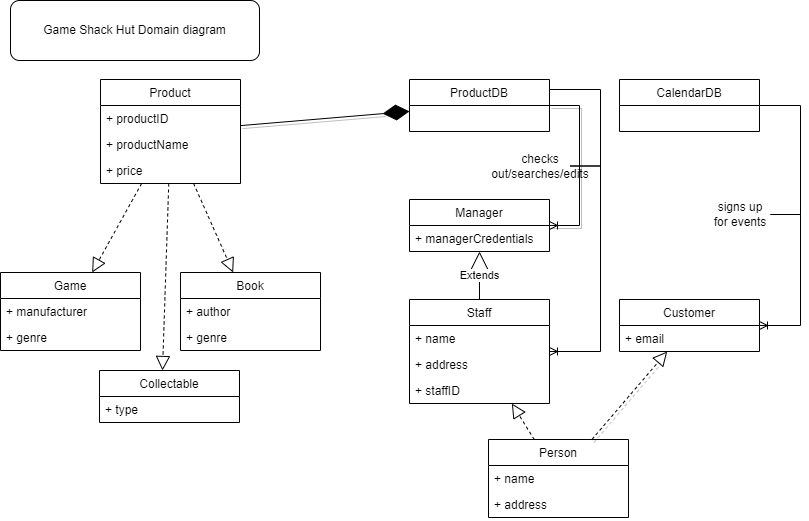
Above: docs/Game Shack Hut Domain.png in rnstphns/Game-Shack-Hut (draw.io), before the change. Source tidied: cells renumbered, new cells last; positions are measured from the earlier drawing's top-left corner, leaving out a move shared by most shapes. Its diagram source:
```xml
<mxGraphModel>
  <root>
    <mxCell id="0" />
    <mxCell id="1" parent="0" />
    <mxCell id="2" value="Manager" style="swimlane;fontStyle=0;horizontal=1;startSize=26;fillColor=none;" parent="1" vertex="1">
      <mxGeometry x="409" y="199" width="140" height="52" as="geometry" />
    </mxCell>
    <mxCell id="3" value="+ managerCredentials" style="text;strokeColor=none;fillColor=none;align=left;verticalAlign=top;spacingLeft=4;spacingRight=4;overflow=hidden;" parent="2" vertex="1">
      <mxGeometry y="26" width="140" height="26" as="geometry" />
    </mxCell>
    <mxCell id="4" style="endArrow=block;dashed=1;endFill=0;endSize=12;html=1;rounded=0;shadow=1;" parent="1" edge="1" source="21" target="9">
      <mxGeometry relative="1" as="geometry" />
    </mxCell>
    <mxCell id="5" style="endArrow=block;dashed=1;endFill=0;endSize=12;html=1;rounded=0;" parent="1" edge="1" source="21" target="11">
      <mxGeometry relative="1" as="geometry" />
    </mxCell>
    <mxCell id="6" value="Extends" style="endArrow=block;endSize=16;endFill=0;html=1;rounded=0;entryX=0.5;entryY=1;entryDx=0;entryDy=0;exitX=0.5;exitY=0;exitDx=0;exitDy=0;" parent="1" edge="1" source="11" target="2">
      <mxGeometry relative="1" as="geometry" />
    </mxCell>
    <mxCell id="7" value="ProductDB" style="swimlane;fontStyle=0;horizontal=1;startSize=26;fillColor=none;" parent="1" vertex="1">
      <mxGeometry x="409" y="79" width="140" height="52" as="geometry" />
    </mxCell>
    <mxCell id="8" value="CalendarDB" style="swimlane;fontStyle=0;horizontal=1;startSize=26;fillColor=none;" parent="1" vertex="1">
      <mxGeometry x="619" y="79" width="140" height="52" as="geometry" />
    </mxCell>
    <mxCell id="9" value="Customer" style="swimlane;fontStyle=0;horizontal=1;startSize=26;fillColor=none;" parent="1" vertex="1">
      <mxGeometry x="619" y="299" width="140" height="52" as="geometry" />
    </mxCell>
    <mxCell id="10" value="+ email" style="text;strokeColor=none;fillColor=none;align=left;verticalAlign=top;spacingLeft=4;spacingRight=4;overflow=hidden;" parent="9" vertex="1">
      <mxGeometry y="26" width="140" height="26" as="geometry" />
    </mxCell>
    <mxCell id="11" value="Staff" style="swimlane;fontStyle=0;horizontal=1;startSize=26;fillColor=none;" parent="1" vertex="1">
      <mxGeometry x="409" y="299" width="140" height="104" as="geometry" />
    </mxCell>
    <mxCell id="12" value="+ name" style="text;strokeColor=none;fillColor=none;align=left;verticalAlign=top;spacingLeft=4;spacingRight=4;overflow=hidden;" parent="11" vertex="1">
      <mxGeometry y="26" width="140" height="26" as="geometry" />
    </mxCell>
    <mxCell id="13" value="+ address" style="text;strokeColor=none;fillColor=none;align=left;verticalAlign=top;spacingLeft=4;spacingRight=4;overflow=hidden;" parent="11" vertex="1">
      <mxGeometry y="52" width="140" height="26" as="geometry" />
    </mxCell>
    <mxCell id="14" value="+ staffID" style="text;strokeColor=none;fillColor=none;align=left;verticalAlign=top;spacingLeft=4;spacingRight=4;overflow=hidden;" parent="11" vertex="1">
      <mxGeometry y="78" width="140" height="26" as="geometry" />
    </mxCell>
    <mxCell id="15" style="edgeStyle=entityRelationEdgeStyle;fontSize=12;html=1;endArrow=ERoneToMany;rounded=0;startArrow=none;" parent="1" edge="1" source="33" target="11">
      <mxGeometry relative="1" as="geometry" />
    </mxCell>
    <mxCell id="16" style="edgeStyle=entityRelationEdgeStyle;fontSize=12;html=1;endArrow=ERoneToMany;rounded=0;startArrow=none;" parent="1" edge="1" source="35" target="9">
      <mxGeometry relative="1" as="geometry" />
    </mxCell>
    <mxCell id="17" value="Product" style="swimlane;fontStyle=0;horizontal=1;startSize=26;fillColor=none;" parent="1" vertex="1">
      <mxGeometry x="100" y="79" width="140" height="104" as="geometry" />
    </mxCell>
    <mxCell id="18" value="+ productID" style="text;strokeColor=none;fillColor=none;align=left;verticalAlign=top;spacingLeft=4;spacingRight=4;overflow=hidden;" parent="17" vertex="1">
      <mxGeometry y="26" width="140" height="26" as="geometry" />
    </mxCell>
    <mxCell id="19" value="+ productName" style="text;strokeColor=none;fillColor=none;align=left;verticalAlign=top;spacingLeft=4;spacingRight=4;overflow=hidden;" parent="17" vertex="1">
      <mxGeometry y="52" width="140" height="26" as="geometry" />
    </mxCell>
    <mxCell id="20" value="+ price&#10;" style="text;strokeColor=none;fillColor=none;align=left;verticalAlign=top;spacingLeft=4;spacingRight=4;overflow=hidden;" parent="17" vertex="1">
      <mxGeometry y="78" width="140" height="26" as="geometry" />
    </mxCell>
    <mxCell id="21" value="Person" style="swimlane;fontStyle=0;horizontal=1;startSize=26;fillColor=none;" parent="1" vertex="1">
      <mxGeometry x="488" y="439" width="140" height="78" as="geometry" />
    </mxCell>
    <mxCell id="22" value="+ name" style="text;strokeColor=none;fillColor=none;align=left;verticalAlign=top;spacingLeft=4;spacingRight=4;overflow=hidden;" parent="21" vertex="1">
      <mxGeometry y="26" width="140" height="26" as="geometry" />
    </mxCell>
    <mxCell id="23" value="+ address" style="text;strokeColor=none;fillColor=none;align=left;verticalAlign=top;spacingLeft=4;spacingRight=4;overflow=hidden;" parent="21" vertex="1">
      <mxGeometry y="52" width="140" height="26" as="geometry" />
    </mxCell>
    <mxCell id="24" value="Game" style="swimlane;fontStyle=0;horizontal=1;startSize=26;fillColor=none;" parent="1" vertex="1">
      <mxGeometry y="272" width="140" height="78" as="geometry" />
    </mxCell>
    <mxCell id="25" value="+ manufacturer" style="text;strokeColor=none;fillColor=none;align=left;verticalAlign=top;spacingLeft=4;spacingRight=4;overflow=hidden;" parent="24" vertex="1">
      <mxGeometry y="26" width="140" height="26" as="geometry" />
    </mxCell>
    <mxCell id="26" value="+ genre" style="text;strokeColor=none;fillColor=none;align=left;verticalAlign=top;spacingLeft=4;spacingRight=4;overflow=hidden;" parent="24" vertex="1">
      <mxGeometry y="52" width="140" height="26" as="geometry" />
    </mxCell>
    <mxCell id="27" value="Book" style="swimlane;fontStyle=0;horizontal=1;startSize=26;fillColor=none;" parent="1" vertex="1">
      <mxGeometry x="180" y="272" width="140" height="78" as="geometry" />
    </mxCell>
    <mxCell id="28" value="+ author" style="text;strokeColor=none;fillColor=none;align=left;verticalAlign=top;spacingLeft=4;spacingRight=4;overflow=hidden;" parent="27" vertex="1">
      <mxGeometry y="26" width="140" height="26" as="geometry" />
    </mxCell>
    <mxCell id="29" value="+ genre" style="text;strokeColor=none;fillColor=none;align=left;verticalAlign=top;spacingLeft=4;spacingRight=4;overflow=hidden;" parent="27" vertex="1">
      <mxGeometry y="52" width="140" height="26" as="geometry" />
    </mxCell>
    <mxCell id="30" style="endArrow=block;dashed=1;endFill=0;endSize=12;html=1;rounded=0;" parent="1" edge="1" source="17" target="24">
      <mxGeometry relative="1" as="geometry" />
    </mxCell>
    <mxCell id="31" style="endArrow=block;dashed=1;endFill=0;endSize=12;html=1;rounded=0;" parent="1" edge="1" source="17" target="27">
      <mxGeometry relative="1" as="geometry" />
    </mxCell>
    <mxCell id="32" style="endArrow=diamondThin;endFill=1;endSize=24;html=1;rounded=0;shadow=1;" parent="1" edge="1" source="17" target="7">
      <mxGeometry relative="1" as="geometry" />
    </mxCell>
    <mxCell id="33" value="&lt;div&gt;checks out/searches/edits&lt;/div&gt;" style="text;html=1;strokeColor=none;fillColor=none;align=center;verticalAlign=middle;whiteSpace=wrap;rounded=0;" parent="1" vertex="1">
      <mxGeometry x="510" y="153" width="60" height="25" as="geometry" />
    </mxCell>
    <mxCell id="34" style="edgeStyle=entityRelationEdgeStyle;fontSize=12;html=1;endArrow=none;rounded=0;" parent="1" edge="1" target="33">
      <mxGeometry relative="1" as="geometry">
        <mxPoint x="549" y="89" as="sourcePoint" />
      </mxGeometry>
    </mxCell>
    <mxCell id="35" value="signs up for events" style="text;html=1;strokeColor=none;fillColor=none;align=center;verticalAlign=middle;whiteSpace=wrap;rounded=0;" parent="1" vertex="1">
      <mxGeometry x="710" y="199" width="60" height="30" as="geometry" />
    </mxCell>
    <mxCell id="36" style="edgeStyle=entityRelationEdgeStyle;fontSize=12;html=1;endArrow=none;rounded=0;" parent="1" edge="1" source="8" target="35">
      <mxGeometry relative="1" as="geometry" />
    </mxCell>
    <mxCell id="37" style="edgeStyle=entityRelationEdgeStyle;fontSize=12;html=1;endArrow=ERoneToMany;rounded=0;shadow=1;" parent="1" edge="1" source="7" target="2">
      <mxGeometry relative="1" as="geometry" />
    </mxCell>
    <mxCell id="38" value="Game Shack Hut Domain diagram" style="rounded=1;whiteSpace=wrap;html=1;" parent="1" vertex="1">
      <mxGeometry x="10" width="249" height="60" as="geometry" />
    </mxCell>
    <mxCell id="39" value="Collectable" style="swimlane;fontStyle=0;horizontal=1;startSize=26;fillColor=none;" parent="1" vertex="1">
      <mxGeometry x="99" y="370" width="140" height="52" as="geometry" />
    </mxCell>
    <mxCell id="40" value="+ type" style="text;strokeColor=none;fillColor=none;align=left;verticalAlign=top;spacingLeft=4;spacingRight=4;overflow=hidden;" parent="39" vertex="1">
      <mxGeometry y="26" width="140" height="26" as="geometry" />
    </mxCell>
    <mxCell id="41" style="endArrow=block;dashed=1;endFill=0;endSize=12;html=1;rounded=0;entryX=0.45;entryY=0;entryDx=0;entryDy=0;entryPerimeter=0;" parent="1" edge="1" source="17" target="39">
      <mxGeometry relative="1" as="geometry" />
    </mxCell>
  </root>
</mxGraphModel>
```
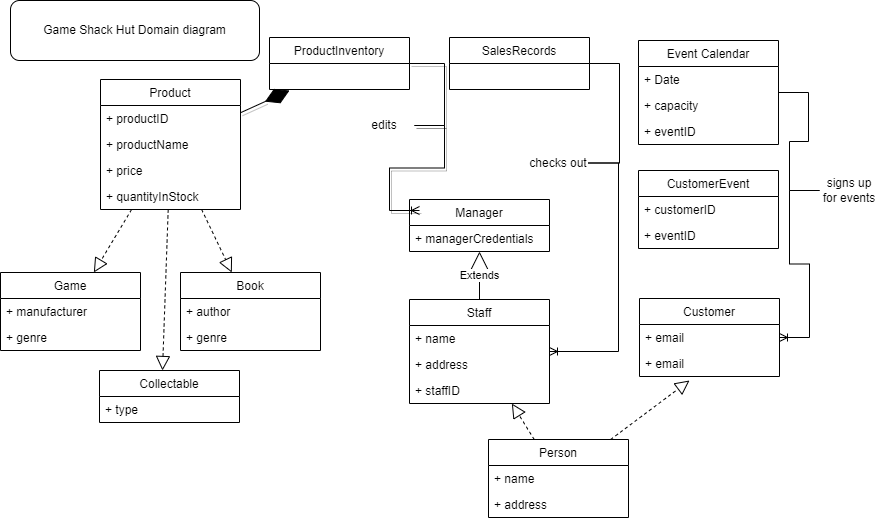
Later version of the same file.

Diff of the diagram source:
```diff
@@ -8,8 +8,10 @@
     <mxCell id="3" value="+ managerCredentials" style="text;strokeColor=none;fillColor=none;align=left;verticalAlign=top;spacingLeft=4;spacingRight=4;overflow=hidden;" parent="2" vertex="1">
       <mxGeometry y="26" width="140" height="26" as="geometry" />
     </mxCell>
-    <mxCell id="4" style="endArrow=block;dashed=1;endFill=0;endSize=12;html=1;rounded=0;shadow=1;" parent="1" edge="1" source="21" target="9">
-      <mxGeometry relative="1" as="geometry" />
+    <mxCell id="4" style="endArrow=block;dashed=1;endFill=0;endSize=12;html=1;rounded=0;shadow=1;startArrow=none;" parent="1" edge="1" target="9">
+      <mxGeometry relative="1" as="geometry">
+        <mxPoint x="707.5" y="376" as="sourcePoint" />
+      </mxGeometry>
     </mxCell>
     <mxCell id="5" style="endArrow=block;dashed=1;endFill=0;endSize=12;html=1;rounded=0;" parent="1" edge="1" source="21" target="11">
       <mxGeometry relative="1" as="geometry" />
@@ -17,18 +19,30 @@
     <mxCell id="6" value="Extends" style="endArrow=block;endSize=16;endFill=0;html=1;rounded=0;entryX=0.5;entryY=1;entryDx=0;entryDy=0;exitX=0.5;exitY=0;exitDx=0;exitDy=0;" parent="1" edge="1" source="11" target="2">
       <mxGeometry relative="1" as="geometry" />
     </mxCell>
-    <mxCell id="7" value="ProductDB" style="swimlane;fontStyle=0;horizontal=1;startSize=26;fillColor=none;" parent="1" vertex="1">
-      <mxGeometry x="409" y="79" width="140" height="52" as="geometry" />
+    <mxCell id="7" value="ProductInventory" style="swimlane;fontStyle=0;horizontal=1;startSize=26;fillColor=none;" parent="1" vertex="1">
+      <mxGeometry x="269" y="37" width="140" height="52" as="geometry" />
     </mxCell>
-    <mxCell id="8" value="CalendarDB" style="swimlane;fontStyle=0;horizontal=1;startSize=26;fillColor=none;" parent="1" vertex="1">
-      <mxGeometry x="619" y="79" width="140" height="52" as="geometry" />
+    <mxCell id="8" value="Event Calendar" style="swimlane;fontStyle=0;horizontal=1;startSize=26;fillColor=none;" parent="1" vertex="1">
+      <mxGeometry x="638" y="40" width="140" height="104" as="geometry" />
     </mxCell>
+    <mxCell id="42" value="+ Date" style="text;strokeColor=none;fillColor=none;align=left;verticalAlign=top;spacingLeft=4;spacingRight=4;overflow=hidden;" parent="8" vertex="1">
+      <mxGeometry y="26" width="140" height="26" as="geometry" />
+    </mxCell>
+    <mxCell id="43" value="+ capacity" style="text;strokeColor=none;fillColor=none;align=left;verticalAlign=top;spacingLeft=4;spacingRight=4;overflow=hidden;" parent="8" vertex="1">
+      <mxGeometry y="52" width="140" height="26" as="geometry" />
+    </mxCell>
+    <mxCell id="44" value="+ eventID" style="text;strokeColor=none;fillColor=none;align=left;verticalAlign=top;spacingLeft=4;spacingRight=4;overflow=hidden;" parent="8" vertex="1">
+      <mxGeometry y="78" width="140" height="26" as="geometry" />
+    </mxCell>
     <mxCell id="9" value="Customer" style="swimlane;fontStyle=0;horizontal=1;startSize=26;fillColor=none;" parent="1" vertex="1">
-      <mxGeometry x="619" y="299" width="140" height="52" as="geometry" />
+      <mxGeometry x="639" y="298" width="140" height="78" as="geometry" />
     </mxCell>
     <mxCell id="10" value="+ email" style="text;strokeColor=none;fillColor=none;align=left;verticalAlign=top;spacingLeft=4;spacingRight=4;overflow=hidden;" parent="9" vertex="1">
       <mxGeometry y="26" width="140" height="26" as="geometry" />
     </mxCell>
+    <mxCell id="45" value="+ email" style="text;strokeColor=none;fillColor=none;align=left;verticalAlign=top;spacingLeft=4;spacingRight=4;overflow=hidden;" parent="9" vertex="1">
+      <mxGeometry y="52" width="140" height="26" as="geometry" />
+    </mxCell>
     <mxCell id="11" value="Staff" style="swimlane;fontStyle=0;horizontal=1;startSize=26;fillColor=none;" parent="1" vertex="1">
       <mxGeometry x="409" y="299" width="140" height="104" as="geometry" />
     </mxCell>
@@ -48,7 +62,7 @@
       <mxGeometry relative="1" as="geometry" />
     </mxCell>
     <mxCell id="17" value="Product" style="swimlane;fontStyle=0;horizontal=1;startSize=26;fillColor=none;" parent="1" vertex="1">
-      <mxGeometry x="100" y="79" width="140" height="104" as="geometry" />
+      <mxGeometry x="100" y="79" width="140" height="130" as="geometry" />
     </mxCell>
     <mxCell id="18" value="+ productID" style="text;strokeColor=none;fillColor=none;align=left;verticalAlign=top;spacingLeft=4;spacingRight=4;overflow=hidden;" parent="17" vertex="1">
       <mxGeometry y="26" width="140" height="26" as="geometry" />
@@ -59,6 +73,9 @@
     <mxCell id="20" value="+ price&#10;" style="text;strokeColor=none;fillColor=none;align=left;verticalAlign=top;spacingLeft=4;spacingRight=4;overflow=hidden;" parent="17" vertex="1">
       <mxGeometry y="78" width="140" height="26" as="geometry" />
     </mxCell>
+    <mxCell id="46" value="+ quantityInStock" style="text;strokeColor=none;fillColor=none;align=left;verticalAlign=top;spacingLeft=4;spacingRight=4;overflow=hidden;" parent="17" vertex="1">
+      <mxGeometry y="104" width="140" height="26" as="geometry" />
+    </mxCell>
     <mxCell id="21" value="Person" style="swimlane;fontStyle=0;horizontal=1;startSize=26;fillColor=none;" parent="1" vertex="1">
       <mxGeometry x="488" y="439" width="140" height="78" as="geometry" />
     </mxCell>
@@ -92,25 +109,27 @@
     <mxCell id="31" style="endArrow=block;dashed=1;endFill=0;endSize=12;html=1;rounded=0;" parent="1" edge="1" source="17" target="27">
       <mxGeometry relative="1" as="geometry" />
     </mxCell>
-    <mxCell id="32" style="endArrow=diamondThin;endFill=1;endSize=24;html=1;rounded=0;shadow=1;" parent="1" edge="1" source="17" target="7">
-      <mxGeometry relative="1" as="geometry" />
+    <mxCell id="32" style="endArrow=diamondThin;endFill=1;endSize=24;html=1;rounded=0;shadow=1;" parent="1" edge="1" source="17">
+      <mxGeometry relative="1" as="geometry">
+        <mxPoint x="289" y="90" as="targetPoint" />
+      </mxGeometry>
     </mxCell>
-    <mxCell id="33" value="&lt;div&gt;checks out/searches/edits&lt;/div&gt;" style="text;html=1;strokeColor=none;fillColor=none;align=center;verticalAlign=middle;whiteSpace=wrap;rounded=0;" parent="1" vertex="1">
-      <mxGeometry x="510" y="153" width="60" height="25" as="geometry" />
+    <mxCell id="33" value="&lt;div&gt;checks out&lt;/div&gt;" style="text;html=1;strokeColor=none;fillColor=none;align=center;verticalAlign=middle;whiteSpace=wrap;rounded=0;" parent="1" vertex="1">
+      <mxGeometry x="528" y="150" width="60" height="25" as="geometry" />
     </mxCell>
-    <mxCell id="34" style="edgeStyle=entityRelationEdgeStyle;fontSize=12;html=1;endArrow=none;rounded=0;" parent="1" edge="1" target="33">
-      <mxGeometry relative="1" as="geometry">
-        <mxPoint x="549" y="89" as="sourcePoint" />
-      </mxGeometry>
+    <mxCell id="34" style="edgeStyle=entityRelationEdgeStyle;fontSize=12;html=1;endArrow=none;rounded=0;" parent="1" edge="1" source="47" target="33">
+      <mxGeometry relative="1" as="geometry" />
     </mxCell>
     <mxCell id="35" value="signs up for events" style="text;html=1;strokeColor=none;fillColor=none;align=center;verticalAlign=middle;whiteSpace=wrap;rounded=0;" parent="1" vertex="1">
-      <mxGeometry x="710" y="199" width="60" height="30" as="geometry" />
+      <mxGeometry x="819" y="175" width="60" height="30" as="geometry" />
     </mxCell>
     <mxCell id="36" style="edgeStyle=entityRelationEdgeStyle;fontSize=12;html=1;endArrow=none;rounded=0;" parent="1" edge="1" source="8" target="35">
       <mxGeometry relative="1" as="geometry" />
     </mxCell>
-    <mxCell id="37" style="edgeStyle=entityRelationEdgeStyle;fontSize=12;html=1;endArrow=ERoneToMany;rounded=0;shadow=1;" parent="1" edge="1" source="7" target="2">
-      <mxGeometry relative="1" as="geometry" />
+    <mxCell id="37" style="edgeStyle=entityRelationEdgeStyle;fontSize=12;html=1;endArrow=ERoneToMany;rounded=0;shadow=1;startArrow=none;" parent="1" edge="1" source="48">
+      <mxGeometry relative="1" as="geometry">
+        <mxPoint x="419" y="210" as="targetPoint" />
+      </mxGeometry>
     </mxCell>
     <mxCell id="38" value="Game Shack Hut Domain diagram" style="rounded=1;whiteSpace=wrap;html=1;" parent="1" vertex="1">
       <mxGeometry x="10" width="249" height="60" as="geometry" />
@@ -124,5 +143,28 @@
     <mxCell id="41" style="endArrow=block;dashed=1;endFill=0;endSize=12;html=1;rounded=0;entryX=0.45;entryY=0;entryDx=0;entryDy=0;entryPerimeter=0;" parent="1" edge="1" source="17" target="39">
       <mxGeometry relative="1" as="geometry" />
     </mxCell>
+    <mxCell id="47" value="SalesRecords" style="swimlane;fontStyle=0;horizontal=1;startSize=26;fillColor=none;" parent="1" vertex="1">
+      <mxGeometry x="449" y="37" width="140" height="52" as="geometry" />
+    </mxCell>
+    <mxCell id="48" value="edits" style="text;html=1;strokeColor=none;fillColor=none;align=center;verticalAlign=middle;whiteSpace=wrap;rounded=0;" parent="1" vertex="1">
+      <mxGeometry x="354" y="110" width="60" height="30" as="geometry" />
+    </mxCell>
+    <mxCell id="49" style="edgeStyle=entityRelationEdgeStyle;fontSize=12;html=1;endArrow=none;rounded=0;shadow=1;" parent="1" edge="1" source="7" target="48">
+      <mxGeometry relative="1" as="geometry" />
+    </mxCell>
+    <mxCell id="50" value="CustomerEvent" style="swimlane;fontStyle=0;horizontal=1;startSize=26;fillColor=none;" parent="1" vertex="1">
+      <mxGeometry x="638" y="170" width="140" height="78" as="geometry" />
+    </mxCell>
+    <mxCell id="51" value="+ customerID" style="text;strokeColor=none;fillColor=none;align=left;verticalAlign=top;spacingLeft=4;spacingRight=4;overflow=hidden;" parent="50" vertex="1">
+      <mxGeometry y="26" width="140" height="26" as="geometry" />
+    </mxCell>
+    <mxCell id="52" value="+ eventID" style="text;strokeColor=none;fillColor=none;align=left;verticalAlign=top;spacingLeft=4;spacingRight=4;overflow=hidden;" parent="50" vertex="1">
+      <mxGeometry y="52" width="140" height="26" as="geometry" />
+    </mxCell>
+    <mxCell id="53" style="endArrow=block;dashed=1;endFill=0;endSize=12;html=1;rounded=0;" parent="1" edge="1" source="21">
+      <mxGeometry relative="1" as="geometry">
+        <mxPoint x="689" y="380" as="targetPoint" />
+      </mxGeometry>
+    </mxCell>
   </root>
 </mxGraphModel>
```
